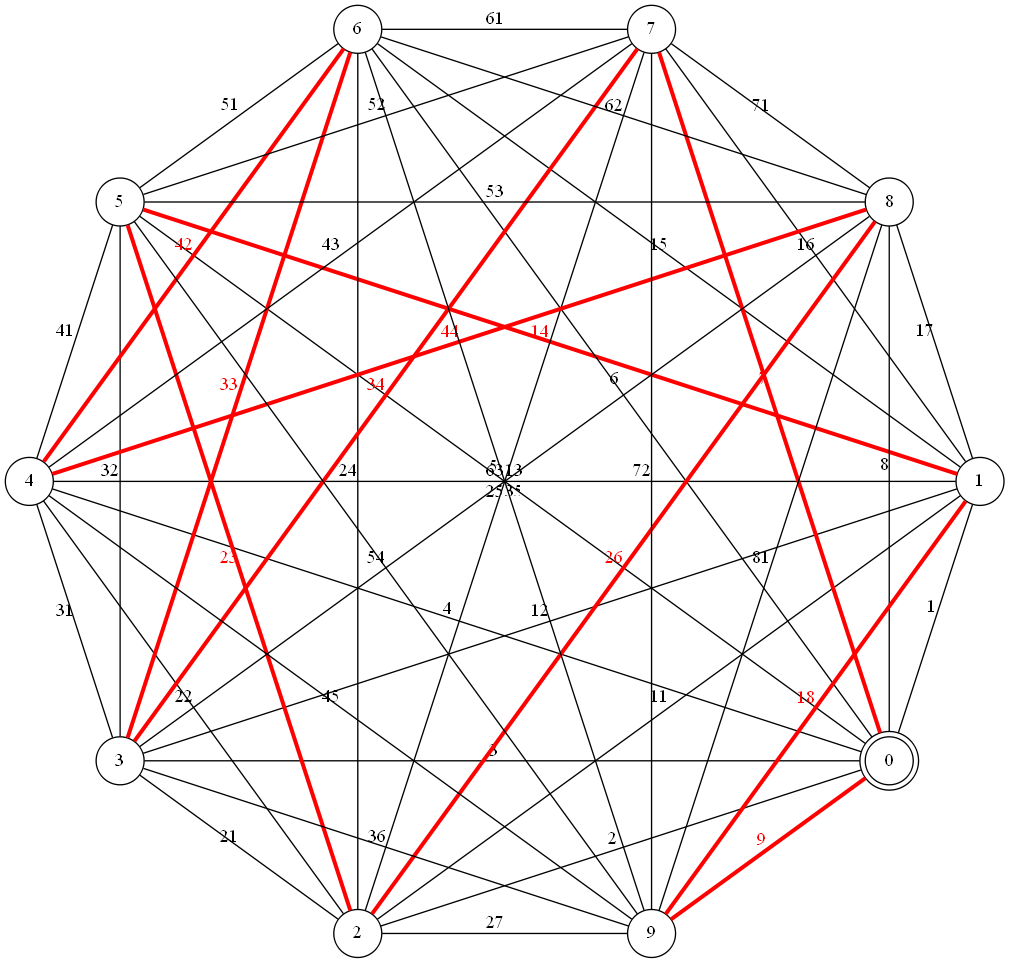
Earlier version of the Graphviz export usr/test_ctw_3.png (felixlimanta/Stima-TSP). Its source is kept beside it as usr/test_ctw_3.gv. Its diagram source:
```dot
graph {
	graph [layout=circo, overlap=scale, splines=true, mindist=2.5];
	node [shape=circle];
	0 [peripheries=2];	1 -- 0 [len=1.04251, label="1"];
	2 -- 0 [len=2.08502, label="2"];
	2 -- 1 [len=11.4676, label="11"];
	3 -- 0 [len=3.12753, label="3"];
	3 -- 1 [len=12.5101, label="12"];
	3 -- 2 [len=21.8927, label="21"];
	4 -- 0 [len=4.17004, label="4"];
	4 -- 1 [len=13.5526, label="13"];
	4 -- 2 [len=22.9352, label="22"];
	4 -- 3 [len=32.3178, label="31"];
	5 -- 0 [len=5.21255, label="5"];
	5 -- 1 [len=14.5951, label="14", color=red, penwidth=3.0, fontcolor=red];
	5 -- 2 [len=23.9777, label="23", color=red, penwidth=3.0, fontcolor=red];
	5 -- 3 [len=33.3603, label="32"];
	5 -- 4 [len=42.7429, label="41"];
	6 -- 0 [len=6.25505, label="6"];
	6 -- 1 [len=15.6376, label="15"];
	6 -- 2 [len=25.0202, label="24"];
	6 -- 3 [len=34.4028, label="33", color=red, penwidth=3.0, fontcolor=red];
	6 -- 4 [len=43.7854, label="42", color=red, penwidth=3.0, fontcolor=red];
	6 -- 5 [len=53.168, label="51"];
	7 -- 0 [len=7.29756, label="7", color=red, penwidth=3.0, fontcolor=red];
	7 -- 1 [len=16.6801, label="16"];
	7 -- 2 [len=26.0627, label="25"];
	7 -- 3 [len=35.4453, label="34", color=red, penwidth=3.0, fontcolor=red];
	7 -- 4 [len=44.8279, label="43"];
	7 -- 5 [len=54.2105, label="52"];
	7 -- 6 [len=63.5931, label="61"];
	8 -- 0 [len=8.34007, label="8"];
	8 -- 1 [len=17.7227, label="17"];
	8 -- 2 [len=27.1052, label="26", color=red, penwidth=3.0, fontcolor=red];
	8 -- 3 [len=36.4878, label="35"];
	8 -- 4 [len=45.8704, label="44", color=red, penwidth=3.0, fontcolor=red];
	8 -- 5 [len=55.253, label="53"];
	8 -- 6 [len=64.6356, label="62"];
	8 -- 7 [len=74.0181, label="71"];
	9 -- 0 [len=9.38258, label="9", color=red, penwidth=3.0, fontcolor=red];
	9 -- 1 [len=18.7652, label="18", color=red, penwidth=3.0, fontcolor=red];
	9 -- 2 [len=28.1477, label="27"];
	9 -- 3 [len=37.5303, label="36"];
	9 -- 4 [len=46.9129, label="45"];
	9 -- 5 [len=56.2955, label="54"];
	9 -- 6 [len=65.6781, label="63"];
	9 -- 7 [len=75.0607, label="72"];
	9 -- 8 [len=84.4432, label="81"];
}
```
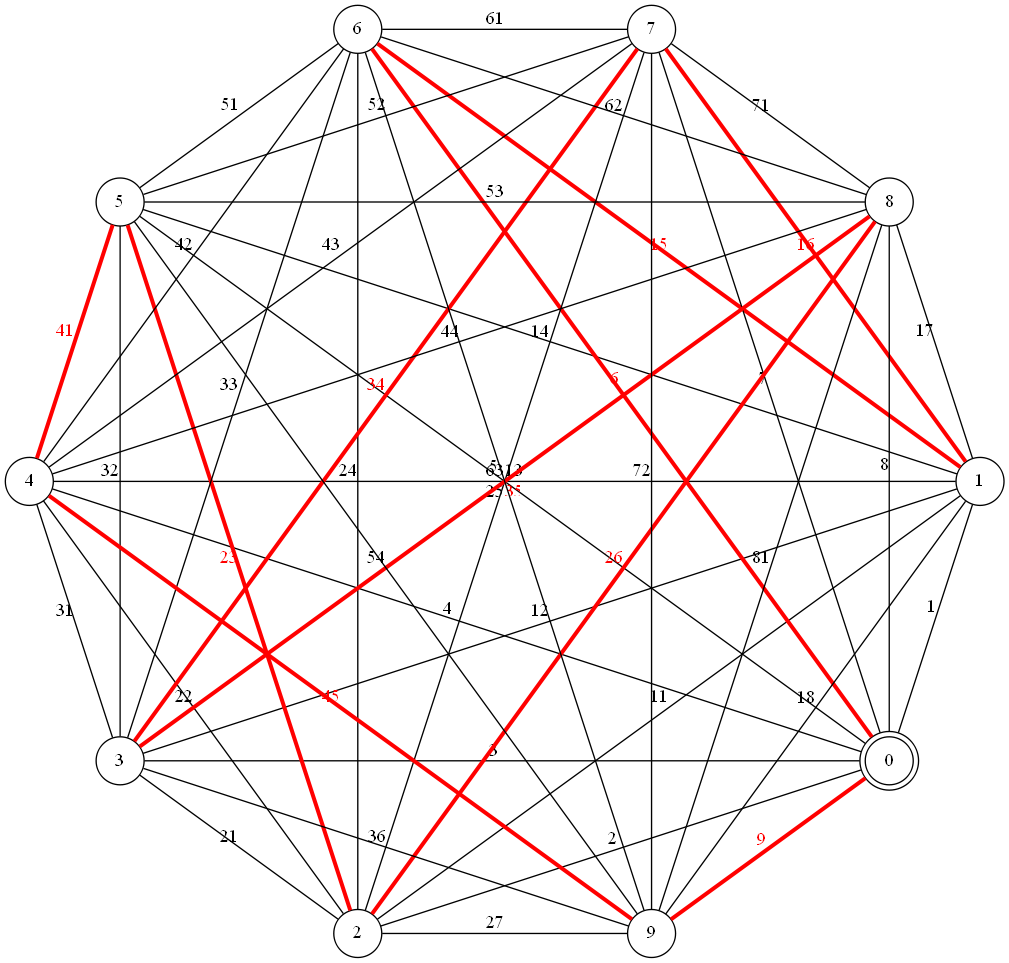
Above is the later version.

Change to the diagram source:
```diff
@@ -12,18 +12,18 @@
 	4 -- 2 [len=22.9352, label="22"];
 	4 -- 3 [len=32.3178, label="31"];
 	5 -- 0 [len=5.21255, label="5"];
-	5 -- 1 [len=14.5951, label="14", color=red, penwidth=3.0, fontcolor=red];
+	5 -- 1 [len=14.5951, label="14"];
 	5 -- 2 [len=23.9777, label="23", color=red, penwidth=3.0, fontcolor=red];
 	5 -- 3 [len=33.3603, label="32"];
-	5 -- 4 [len=42.7429, label="41"];
-	6 -- 0 [len=6.25505, label="6"];
-	6 -- 1 [len=15.6376, label="15"];
+	5 -- 4 [len=42.7429, label="41", color=red, penwidth=3.0, fontcolor=red];
+	6 -- 0 [len=6.25505, label="6", color=red, penwidth=3.0, fontcolor=red];
+	6 -- 1 [len=15.6376, label="15", color=red, penwidth=3.0, fontcolor=red];
 	6 -- 2 [len=25.0202, label="24"];
-	6 -- 3 [len=34.4028, label="33", color=red, penwidth=3.0, fontcolor=red];
-	6 -- 4 [len=43.7854, label="42", color=red, penwidth=3.0, fontcolor=red];
+	6 -- 3 [len=34.4028, label="33"];
+	6 -- 4 [len=43.7854, label="42"];
 	6 -- 5 [len=53.168, label="51"];
-	7 -- 0 [len=7.29756, label="7", color=red, penwidth=3.0, fontcolor=red];
-	7 -- 1 [len=16.6801, label="16"];
+	7 -- 0 [len=7.29756, label="7"];
+	7 -- 1 [len=16.6801, label="16", color=red, penwidth=3.0, fontcolor=red];
 	7 -- 2 [len=26.0627, label="25"];
 	7 -- 3 [len=35.4453, label="34", color=red, penwidth=3.0, fontcolor=red];
 	7 -- 4 [len=44.8279, label="43"];
@@ -32,16 +32,16 @@
 	8 -- 0 [len=8.34007, label="8"];
 	8 -- 1 [len=17.7227, label="17"];
 	8 -- 2 [len=27.1052, label="26", color=red, penwidth=3.0, fontcolor=red];
-	8 -- 3 [len=36.4878, label="35"];
-	8 -- 4 [len=45.8704, label="44", color=red, penwidth=3.0, fontcolor=red];
+	8 -- 3 [len=36.4878, label="35", color=red, penwidth=3.0, fontcolor=red];
+	8 -- 4 [len=45.8704, label="44"];
 	8 -- 5 [len=55.253, label="53"];
 	8 -- 6 [len=64.6356, label="62"];
 	8 -- 7 [len=74.0181, label="71"];
 	9 -- 0 [len=9.38258, label="9", color=red, penwidth=3.0, fontcolor=red];
-	9 -- 1 [len=18.7652, label="18", color=red, penwidth=3.0, fontcolor=red];
+	9 -- 1 [len=18.7652, label="18"];
 	9 -- 2 [len=28.1477, label="27"];
 	9 -- 3 [len=37.5303, label="36"];
-	9 -- 4 [len=46.9129, label="45"];
+	9 -- 4 [len=46.9129, label="45", color=red, penwidth=3.0, fontcolor=red];
 	9 -- 5 [len=56.2955, label="54"];
 	9 -- 6 [len=65.6781, label="63"];
 	9 -- 7 [len=75.0607, label="72"];
```
